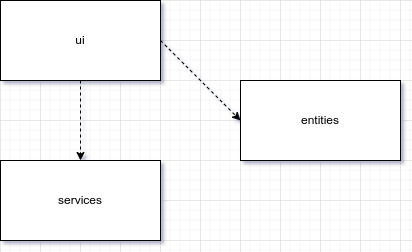
RedFoxFinn/ot-harjoitustyo keeps this draw.io diagram as documentation/pictures/pakkauskaavio.png. Above is the earlier version. Source tidied: cells renumbered, new cells last; positions are measured from the earlier drawing's top-left corner, leaving out a move shared by most shapes. Its diagram source:
```xml
<mxGraphModel>
  <root>
    <mxCell id="0" />
    <mxCell id="1" parent="0" />
    <mxCell id="2" value="ui" style="rounded=0;whiteSpace=wrap;html=1;" parent="1" vertex="1">
      <mxGeometry width="160" height="80" as="geometry" />
    </mxCell>
    <mxCell id="3" value="services" style="rounded=0;whiteSpace=wrap;html=1;" parent="1" vertex="1">
      <mxGeometry y="160" width="160" height="80" as="geometry" />
    </mxCell>
    <mxCell id="4" value="entities" style="rounded=0;whiteSpace=wrap;html=1;" parent="1" vertex="1">
      <mxGeometry x="240" y="80" width="160" height="80" as="geometry" />
    </mxCell>
    <mxCell id="5" style="endArrow=classic;html=1;rounded=0;entryX=0;entryY=0.5;entryDx=0;entryDy=0;dashed=1;exitX=1;exitY=0.5;exitDx=0;exitDy=0;" parent="1" edge="1" source="2" target="4">
      <mxGeometry relative="1" as="geometry" />
    </mxCell>
    <mxCell id="6" style="endArrow=classic;html=1;rounded=0;entryX=0.5;entryY=0;entryDx=0;entryDy=0;dashed=1;exitX=0.5;exitY=1;exitDx=0;exitDy=0;" parent="1" edge="1" source="2" target="3">
      <mxGeometry relative="1" as="geometry" />
    </mxCell>
  </root>
</mxGraphModel>
```
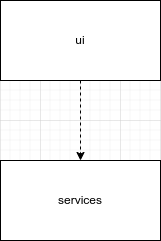
The same file after the commit.

The edit, as a diff of the source:
```diff
@@ -8,12 +8,6 @@
     <mxCell id="3" value="services" style="rounded=0;whiteSpace=wrap;html=1;" parent="1" vertex="1">
       <mxGeometry y="160" width="160" height="80" as="geometry" />
     </mxCell>
-    <mxCell id="4" value="entities" style="rounded=0;whiteSpace=wrap;html=1;" parent="1" vertex="1">
-      <mxGeometry x="240" y="80" width="160" height="80" as="geometry" />
-    </mxCell>
-    <mxCell id="5" style="endArrow=classic;html=1;rounded=0;entryX=0;entryY=0.5;entryDx=0;entryDy=0;dashed=1;exitX=1;exitY=0.5;exitDx=0;exitDy=0;" parent="1" edge="1" source="2" target="4">
-      <mxGeometry relative="1" as="geometry" />
-    </mxCell>
     <mxCell id="6" style="endArrow=classic;html=1;rounded=0;entryX=0.5;entryY=0;entryDx=0;entryDy=0;dashed=1;exitX=0.5;exitY=1;exitDx=0;exitDy=0;" parent="1" edge="1" source="2" target="3">
       <mxGeometry relative="1" as="geometry" />
     </mxCell>
```
